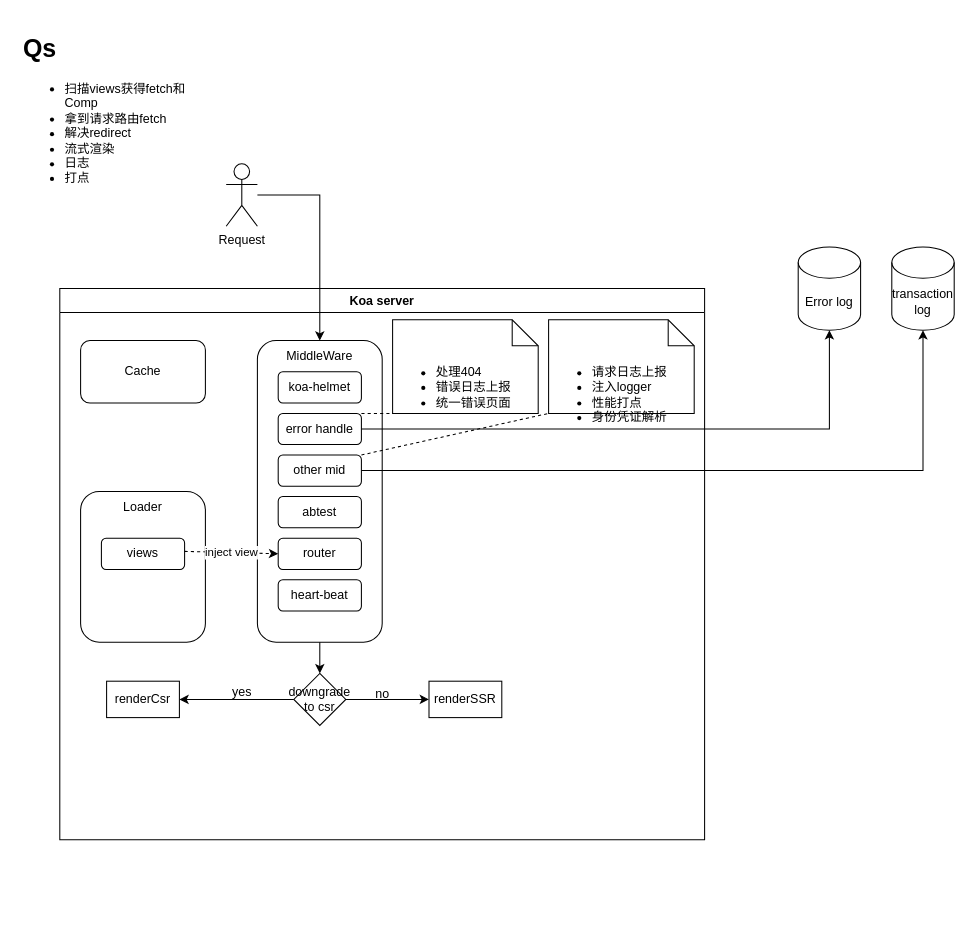
liaoyeguo/diagrams-repo keeps this draw.io diagram as ssr/Untitled Diagram.drawio. Above is the earlier version. Source tidied: cells renumbered, new cells numbered last; positions are measured from the earlier drawing's top-left corner, leaving out a move shared by most shapes. Both pictures are drawn from the tidied source at 104%, with x=0, y=0 at pixel (18, 28).
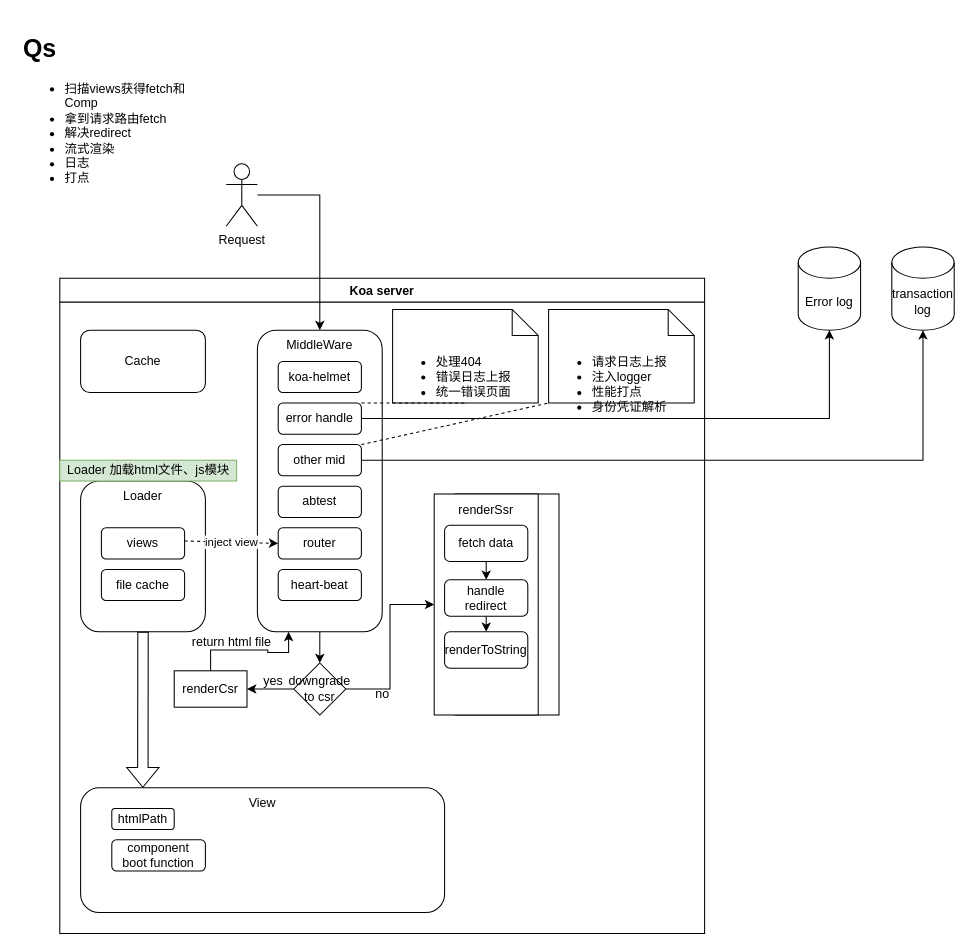
Above is the later version.

The change refers to these unchanged cells:
```xml
<mxCell id="5" style="rounded=1;whiteSpace=wrap;html=1;" parent="4" vertex="1">
  <mxGeometry width="120" height="290" as="geometry" />
</mxCell>
<mxCell id="17" style="group;" parent="2" vertex="1">
  <mxGeometry x="20" y="195" width="120" height="145" as="geometry" />
</mxCell>
<mxCell id="24" value="downgrade to csr" style="rhombus;whiteSpace=wrap;html=1;labelBackgroundColor=none;" parent="2" vertex="1">
  <mxGeometry x="225" y="370" width="50" height="50" as="geometry" />
</mxCell>
```

Diff of the diagram source:
```diff
@@
     <mxCell id="2" value="Koa server" style="swimlane;" parent="1" vertex="1">
-      <mxGeometry x="40" y="250" width="620" height="530" as="geometry" />
+      <mxGeometry x="40" y="240" width="620" height="630" as="geometry" />
     </mxCell>
@@
     <mxCell id="4" style="group;" parent="2" vertex="1">
-      <mxGeometry x="190" y="50" width="120" height="290" as="geometry" />
+      <mxGeometry x="190" y="50" width="290" height="370" as="geometry" />
     </mxCell>
@@
+    <mxCell id="39" style="rounded=0;whiteSpace=wrap;html=1;labelBackgroundColor=none;" parent="4" vertex="1">
+      <mxGeometry x="190" y="157.5" width="100" height="212.5" as="geometry" />
+    </mxCell>
@@
+    <mxCell id="40" value="file cache" style="rounded=1;whiteSpace=wrap;html=1;" parent="17" vertex="1">
+      <mxGeometry x="20" y="85" width="80" height="30" as="geometry" />
+    </mxCell>
@@
+    <mxCell id="41" style="edgeStyle=orthogonalEdgeStyle;rounded=0;jettySize=auto;html=1;exitX=0.5;exitY=0;exitDx=0;exitDy=0;entryX=0.25;entryY=1;entryDx=0;entryDy=0;" parent="2" edge="1" source="26" target="5">
+      <mxGeometry relative="1" as="geometry" />
+    </mxCell>
     <mxCell id="26" value="renderCsr" style="rounded=0;whiteSpace=wrap;html=1;labelBackgroundColor=none;" parent="2" vertex="1">
-      <mxGeometry x="45" y="377.5" width="70" height="35" as="geometry" />
+      <mxGeometry x="110" y="377.5" width="70" height="35" as="geometry" />
     </mxCell>
+    <mxCell id="42" style="rounded=1;whiteSpace=wrap;html=1;labelBackgroundColor=none;" parent="2" vertex="1">
+      <mxGeometry x="20" y="490" width="350" height="120" as="geometry" />
+    </mxCell>
+    <mxCell id="43" value="View" style="text;html=1;strokeColor=none;fillColor=none;align=center;verticalAlign=middle;whiteSpace=wrap;rounded=0;labelBackgroundColor=none;" parent="2" vertex="1">
+      <mxGeometry x="165" y="490" width="60" height="30" as="geometry" />
+    </mxCell>
+    <mxCell id="44" value="htmlPath" style="rounded=1;whiteSpace=wrap;html=1;labelBackgroundColor=none;" parent="2" vertex="1">
+      <mxGeometry x="50" y="510" width="60" height="20" as="geometry" />
+    </mxCell>
+    <mxCell id="45" style="shape=flexArrow;endArrow=classic;html=1;rounded=0;entryX=0.171;entryY=0;entryDx=0;entryDy=0;entryPerimeter=0;" parent="2" edge="1" target="42">
+      <mxGeometry relative="1" as="geometry">
+        <mxPoint x="80" y="340" as="sourcePoint" />
+      </mxGeometry>
+    </mxCell>
+    <mxCell id="29" style="edgeStyle=orthogonalEdgeStyle;rounded=0;jettySize=auto;html=1;entryX=1;entryY=0.5;entryDx=0;entryDy=0;" parent="2" edge="1" source="24" target="26">
+      <mxGeometry relative="1" as="geometry" />
+    </mxCell>
+    <mxCell id="28" style="group;" parent="2" vertex="1">
+      <mxGeometry x="190" y="377.5" width="30" height="20" as="geometry" />
+    </mxCell>
+    <mxCell id="30" value="yes" style="text;html=1;align=center;verticalAlign=middle;strokeColor=none;fillColor=none;" parent="28" vertex="1">
+      <mxGeometry width="30" height="20" as="geometry" />
+    </mxCell>
+    <mxCell id="46" value="return html file" style="text;html=1;align=center;verticalAlign=middle;strokeColor=none;fillColor=none;" parent="2" vertex="1">
+      <mxGeometry x="120" y="340" width="90" height="20" as="geometry" />
+    </mxCell>
+    <mxCell id="47" style="group;" parent="2" vertex="1">
+      <mxGeometry x="360" y="207.5" width="140" height="212.5" as="geometry" />
+    </mxCell>
-    <mxCell id="27" value="renderSSR" style="rounded=0;whiteSpace=wrap;html=1;labelBackgroundColor=none;" parent="2" vertex="1">
-      <mxGeometry x="355" y="377.5" width="70" height="35" as="geometry" />
+    <mxCell id="27" style="rounded=0;whiteSpace=wrap;html=1;labelBackgroundColor=none;" parent="47" vertex="1">
+      <mxGeometry width="100" height="212.5" as="geometry" />
     </mxCell>
-    <mxCell id="28" style="group;" parent="2" vertex="1">
-      <mxGeometry x="160" y="377.5" width="30" height="20" as="geometry" />
-    </mxCell>
-    <mxCell id="29" style="edgeStyle=orthogonalEdgeStyle;rounded=0;jettySize=auto;html=1;entryX=1;entryY=0.5;entryDx=0;entryDy=0;" parent="28" edge="1" source="24" target="26">
-      <mxGeometry relative="1" as="geometry" />
-    </mxCell>
-    <mxCell id="30" value="yes" style="text;html=1;align=center;verticalAlign=middle;strokeColor=none;fillColor=none;" parent="28" vertex="1">
-      <mxGeometry width="30" height="20" as="geometry" />
-    </mxCell>
+    <mxCell id="48" value="renderSsr" style="text;html=1;strokeColor=none;fillColor=none;align=center;verticalAlign=middle;whiteSpace=wrap;rounded=0;labelBackgroundColor=none;" parent="47" vertex="1">
+      <mxGeometry x="7.1" width="85.7" height="30" as="geometry" />
+    </mxCell>
+    <mxCell id="49" style="edgeStyle=orthogonalEdgeStyle;rounded=0;jettySize=auto;html=1;exitX=0.5;exitY=1;exitDx=0;exitDy=0;entryX=0.5;entryY=0;entryDx=0;entryDy=0;" parent="47" edge="1" source="50" target="52">
+      <mxGeometry relative="1" as="geometry" />
+    </mxCell>
+    <mxCell id="50" value="fetch data" style="rounded=1;whiteSpace=wrap;html=1;labelBackgroundColor=none;" parent="47" vertex="1">
+      <mxGeometry x="10" y="30" width="80" height="35" as="geometry" />
+    </mxCell>
+    <mxCell id="51" style="edgeStyle=orthogonalEdgeStyle;rounded=0;jettySize=auto;html=1;exitX=0.5;exitY=1;exitDx=0;exitDy=0;entryX=0.5;entryY=0;entryDx=0;entryDy=0;" parent="47" edge="1" source="52" target="53">
+      <mxGeometry relative="1" as="geometry" />
+    </mxCell>
+    <mxCell id="52" value="handle redirect" style="rounded=1;whiteSpace=wrap;html=1;labelBackgroundColor=none;" parent="47" vertex="1">
+      <mxGeometry x="10" y="82.5" width="80" height="35" as="geometry" />
+    </mxCell>
+    <mxCell id="53" value="renderToString" style="rounded=1;whiteSpace=wrap;html=1;labelBackgroundColor=none;" parent="47" vertex="1">
+      <mxGeometry x="10" y="132.5" width="80" height="35" as="geometry" />
+    </mxCell>
+    <mxCell id="54" value="component&lt;br&gt;boot function" style="rounded=1;whiteSpace=wrap;html=1;labelBackgroundColor=none;" parent="2" vertex="1">
+      <mxGeometry x="50" y="540" width="90" height="30" as="geometry" />
+    </mxCell>
+    <mxCell id="55" value="Loader 加载html文件、js模块" style="text;html=1;align=center;verticalAlign=middle;strokeColor=#82b366;fillColor=#d5e8d4;" parent="2" vertex="1">
+      <mxGeometry y="175" width="170" height="20" as="geometry" />
+    </mxCell>
```
